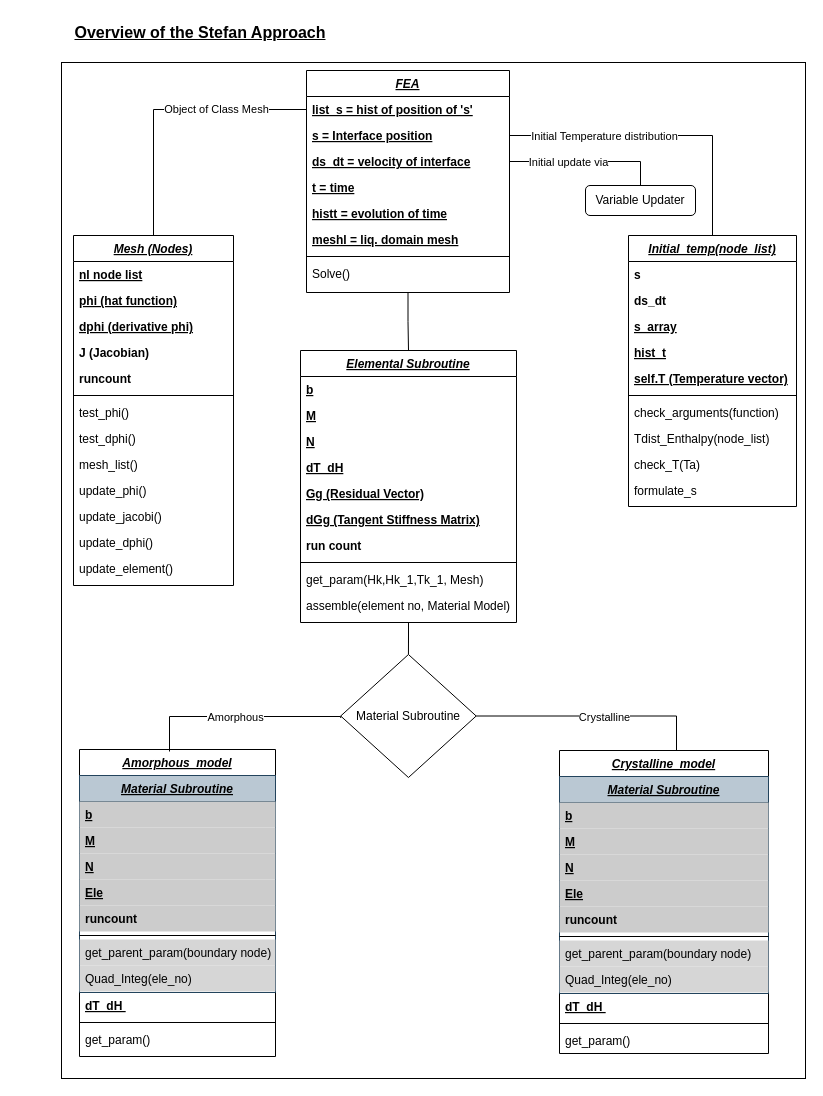
Earlier version of the draw.io diagram Stefan_Overview.drawio (okolekar/PPP). Source tidied: cells renumbered, new cells numbered last; positions are measured from the earlier drawing's top-left corner, leaving out a move shared by most shapes. Both pictures are drawn from the tidied source at 100%, with x=0, y=0 at pixel (17, 17).
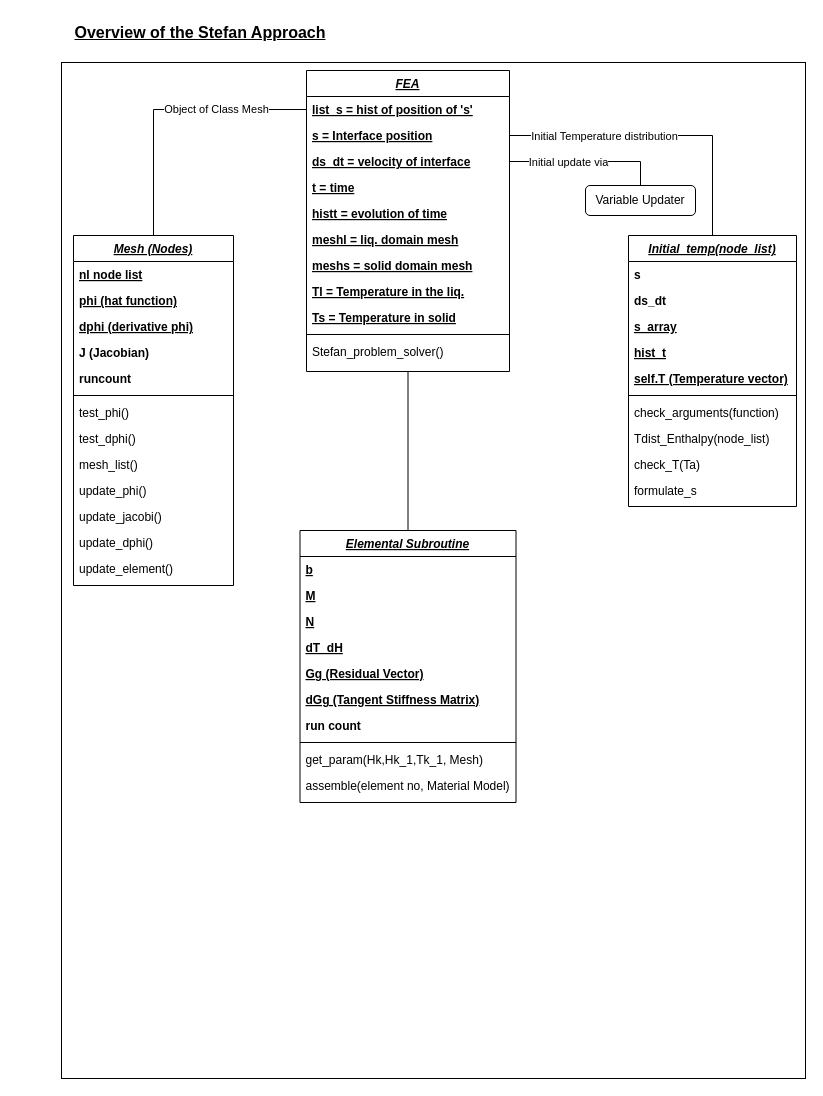
After the change.

Diff of the diagram source:
```diff
@@
-    <mxCell id="4" value="Amorphous_model" style="swimlane;fontStyle=7;align=center;verticalAlign=top;horizontal=1;startSize=26;rounded=0;shadow=0;strokeWidth=1;" parent="1" vertex="1">
-      <mxGeometry x="62" y="732" width="196" height="307" as="geometry" />
-    </mxCell>
-    <mxCell id="5" value="Material Subroutine" style="swimlane;fontStyle=7;align=center;verticalAlign=top;horizontal=1;startSize=26;rounded=0;shadow=0;strokeWidth=1;fillColor=#bac8d3;strokeColor=#23445d;" parent="4" vertex="1">
-      <mxGeometry y="26" width="196" height="217" as="geometry" />
-    </mxCell>
-    <mxCell id="6" value="b" style="text;align=left;verticalAlign=top;spacingLeft=4;spacingRight=4;overflow=hidden;fillColor=#CCCCCC;fontStyle=5;" parent="5" vertex="1">
-      <mxGeometry y="26" width="196" height="26" as="geometry" />
-    </mxCell>
-    <mxCell id="7" value="M" style="text;align=left;verticalAlign=top;spacingLeft=4;spacingRight=4;overflow=hidden;rounded=0;shadow=0;html=0;fillColor=#CCCCCC;fontStyle=5;" parent="5" vertex="1">
-      <mxGeometry y="52" width="196" height="26" as="geometry" />
-    </mxCell>
-    <mxCell id="8" value="N" style="text;align=left;verticalAlign=top;spacingLeft=4;spacingRight=4;overflow=hidden;fontStyle=5;fillColor=#CCCCCC;" parent="5" vertex="1">
-      <mxGeometry y="78" width="196" height="26" as="geometry" />
-    </mxCell>
-    <mxCell id="9" value="Ele" style="text;align=left;verticalAlign=top;spacingLeft=4;spacingRight=4;overflow=hidden;fillColor=#CCCCCC;fontStyle=5;" parent="5" vertex="1">
-      <mxGeometry y="104" width="196" height="26" as="geometry" />
-    </mxCell>
-    <mxCell id="10" value="runcount" style="text;align=left;verticalAlign=top;spacingLeft=4;spacingRight=4;overflow=hidden;fillColor=#CCCCCC;fontStyle=1;" parent="5" vertex="1">
-      <mxGeometry y="130" width="196" height="26" as="geometry" />
-    </mxCell>
-    <mxCell id="11" style="line;html=1;strokeWidth=1;align=left;verticalAlign=middle;spacingTop=-1;spacingLeft=3;spacingRight=3;labelPosition=right;" parent="5" vertex="1">
-      <mxGeometry y="156" width="196" height="8" as="geometry" />
-    </mxCell>
-    <mxCell id="12" value="get_parent_param(boundary node)" style="text;align=left;verticalAlign=top;spacingLeft=4;spacingRight=4;overflow=hidden;fillColor=#CCCCCCCC;" parent="5" vertex="1">
-      <mxGeometry y="164" width="196" height="26" as="geometry" />
-    </mxCell>
-    <mxCell id="13" value="Quad_Integ(ele_no)" style="text;align=left;verticalAlign=top;spacingLeft=4;spacingRight=4;overflow=hidden;fillColor=#CCCCCCCC;" parent="5" vertex="1">
-      <mxGeometry y="190" width="196" height="26" as="geometry" />
-    </mxCell>
-    <mxCell id="14" value="dT_dH " style="text;align=left;verticalAlign=top;spacingLeft=4;spacingRight=4;overflow=hidden;fontStyle=5;" parent="4" vertex="1">
-      <mxGeometry y="243" width="196" height="26" as="geometry" />
-    </mxCell>
-    <mxCell id="15" style="line;html=1;strokeWidth=1;align=left;verticalAlign=middle;spacingTop=-1;spacingLeft=3;spacingRight=3;labelPosition=right;" parent="4" vertex="1">
-      <mxGeometry y="269" width="196" height="8" as="geometry" />
-    </mxCell>
-    <mxCell id="16" value="get_param()" style="text;align=left;verticalAlign=top;spacingLeft=4;spacingRight=4;overflow=hidden;rounded=0;shadow=0;html=0;" parent="4" vertex="1">
-      <mxGeometry y="277" width="196" height="26" as="geometry" />
-    </mxCell>
-    <mxCell id="17" style="edgeStyle=orthogonalEdgeStyle;rounded=0;jettySize=auto;html=1;entryX=0.5;entryY=0;entryDx=0;entryDy=0;endArrow=none;endFill=0;" parent="1" edge="1" source="18" target="46">
-      <mxGeometry relative="1" as="geometry" />
-    </mxCell>
     <mxCell id="18" value="Elemental Subroutine" style="swimlane;fontStyle=7;align=center;verticalAlign=top;horizontal=1;startSize=26;rounded=0;shadow=0;strokeWidth=1;" parent="1" vertex="1">
-      <mxGeometry x="283" y="333" width="216" height="272" as="geometry" />
+      <mxGeometry x="282.5" y="513" width="216" height="272" as="geometry" />
     </mxCell>
@@
-    <mxCell id="29" value="Crystalline_model" style="swimlane;fontStyle=7;align=center;verticalAlign=top;horizontal=1;startSize=26;rounded=0;shadow=0;strokeWidth=1;" parent="1" vertex="1">
-      <mxGeometry x="542" y="733" width="209" height="303" as="geometry" />
-    </mxCell>
-    <mxCell id="30" value="Material Subroutine" style="swimlane;fontStyle=7;align=center;verticalAlign=top;horizontal=1;startSize=26;rounded=0;shadow=0;strokeWidth=1;fillColor=#bac8d3;strokeColor=#23445d;" parent="29" vertex="1">
-      <mxGeometry y="26" width="209" height="217" as="geometry" />
-    </mxCell>
-    <mxCell id="31" value="b" style="text;align=left;verticalAlign=top;spacingLeft=4;spacingRight=4;overflow=hidden;fillColor=#CCCCCC;fontStyle=5;" parent="30" vertex="1">
-      <mxGeometry y="26" width="209" height="26" as="geometry" />
-    </mxCell>
-    <mxCell id="32" value="M" style="text;align=left;verticalAlign=top;spacingLeft=4;spacingRight=4;overflow=hidden;rounded=0;shadow=0;html=0;fillColor=#CCCCCC;fontStyle=5;" parent="30" vertex="1">
-      <mxGeometry y="52" width="209" height="26" as="geometry" />
-    </mxCell>
-    <mxCell id="33" value="N" style="text;align=left;verticalAlign=top;spacingLeft=4;spacingRight=4;overflow=hidden;fontStyle=5;fillColor=#CCCCCC;" parent="30" vertex="1">
-      <mxGeometry y="78" width="209" height="26" as="geometry" />
-    </mxCell>
-    <mxCell id="34" value="Ele" style="text;align=left;verticalAlign=top;spacingLeft=4;spacingRight=4;overflow=hidden;fillColor=#CCCCCC;fontStyle=5;" parent="30" vertex="1">
-      <mxGeometry y="104" width="209" height="26" as="geometry" />
-    </mxCell>
-    <mxCell id="35" value="runcount" style="text;align=left;verticalAlign=top;spacingLeft=4;spacingRight=4;overflow=hidden;fillColor=#CCCCCC;fontStyle=1;" parent="30" vertex="1">
-      <mxGeometry y="130" width="209" height="26" as="geometry" />
-    </mxCell>
-    <mxCell id="36" style="line;html=1;strokeWidth=1;align=left;verticalAlign=middle;spacingTop=-1;spacingLeft=3;spacingRight=3;labelPosition=right;" parent="30" vertex="1">
-      <mxGeometry y="156" width="209" height="8" as="geometry" />
-    </mxCell>
-    <mxCell id="37" value="get_parent_param(boundary node)" style="text;align=left;verticalAlign=top;spacingLeft=4;spacingRight=4;overflow=hidden;fillColor=#CCCCCCCC;" parent="30" vertex="1">
-      <mxGeometry y="164" width="209" height="26" as="geometry" />
-    </mxCell>
-    <mxCell id="38" value="Quad_Integ(ele_no)" style="text;align=left;verticalAlign=top;spacingLeft=4;spacingRight=4;overflow=hidden;fillColor=#CCCCCCCC;" parent="30" vertex="1">
-      <mxGeometry y="190" width="209" height="26" as="geometry" />
-    </mxCell>
-    <mxCell id="39" value="dT_dH " style="text;align=left;verticalAlign=top;spacingLeft=4;spacingRight=4;overflow=hidden;rounded=0;shadow=0;html=0;fontStyle=5;" parent="29" vertex="1">
-      <mxGeometry y="243" width="209" height="26" as="geometry" />
-    </mxCell>
-    <mxCell id="40" style="line;html=1;strokeWidth=1;align=left;verticalAlign=middle;spacingTop=-1;spacingLeft=3;spacingRight=3;labelPosition=right;" parent="29" vertex="1">
-      <mxGeometry y="269" width="209" height="8" as="geometry" />
-    </mxCell>
-    <mxCell id="41" value="get_param()" style="text;align=left;verticalAlign=top;spacingLeft=4;spacingRight=4;overflow=hidden;rounded=0;shadow=0;html=0;" parent="29" vertex="1">
-      <mxGeometry y="277" width="209" height="26" as="geometry" />
-    </mxCell>
-    <mxCell id="42" style="edgeStyle=orthogonalEdgeStyle;rounded=0;jettySize=auto;html=1;exitX=1;exitY=0.5;exitDx=0;exitDy=0;endArrow=none;endFill=0;" parent="1" edge="1" source="46" target="29">
-      <mxGeometry relative="1" as="geometry">
-        <Array as="points">
-          <mxPoint x="659" y="699" />
-        </Array>
-      </mxGeometry>
-    </mxCell>
-    <mxCell id="43" value="Crystalline" style="edgeLabel;html=1;align=center;verticalAlign=middle;" parent="42" vertex="1">
-      <mxGeometry x="-0.32" y="-1" relative="1" as="geometry">
-        <mxPoint x="48" as="offset" />
-      </mxGeometry>
-    </mxCell>
-    <mxCell id="44" style="edgeStyle=orthogonalEdgeStyle;rounded=0;orthogonalLoop=1;jettySize=auto;html=1;exitX=0;exitY=0.5;exitDx=0;exitDy=0;endArrow=none;endFill=0;" parent="1" edge="1">
-      <mxGeometry relative="1" as="geometry">
-        <mxPoint x="323.2" y="700.5" as="sourcePoint" />
-        <mxPoint x="152" y="734" as="targetPoint" />
-        <Array as="points">
-          <mxPoint x="323" y="699" />
-          <mxPoint x="152" y="699" />
-        </Array>
-      </mxGeometry>
-    </mxCell>
-    <mxCell id="45" value="Amorphous" style="edgeLabel;html=1;align=center;verticalAlign=middle;" parent="44" vertex="1">
-      <mxGeometry x="-0.41" y="1" relative="1" as="geometry">
-        <mxPoint x="-46" y="-1" as="offset" />
-      </mxGeometry>
-    </mxCell>
-    <mxCell id="46" value="Material Subroutine" style="rhombus;whiteSpace=wrap;html=1;" parent="1" vertex="1">
-      <mxGeometry x="323.2" y="637" width="135.5" height="123" as="geometry" />
-    </mxCell>
@@
     <mxCell id="49" value="FEA" style="swimlane;fontStyle=7;align=center;verticalAlign=top;horizontal=1;startSize=26;rounded=0;shadow=0;strokeWidth=1;" parent="1" vertex="1">
-      <mxGeometry x="289" y="53" width="203" height="222" as="geometry" />
+      <mxGeometry x="289" y="53" width="203" height="301" as="geometry" />
     </mxCell>
@@
+    <mxCell id="89" value="meshs = solid domain mesh" style="text;align=left;verticalAlign=top;spacingLeft=4;spacingRight=4;overflow=hidden;rounded=0;shadow=0;html=0;fontStyle=5;" parent="49" vertex="1">
+      <mxGeometry y="182" width="203" height="26" as="geometry" />
+    </mxCell>
+    <mxCell id="90" value="Tl = Temperature in the liq." style="text;align=left;verticalAlign=top;spacingLeft=4;spacingRight=4;overflow=hidden;rounded=0;shadow=0;html=0;fontStyle=5;" parent="49" vertex="1">
+      <mxGeometry y="208" width="203" height="26" as="geometry" />
+    </mxCell>
+    <mxCell id="91" value="Ts = Temperature in solid" style="text;align=left;verticalAlign=top;spacingLeft=4;spacingRight=4;overflow=hidden;rounded=0;shadow=0;html=0;fontStyle=5;" parent="49" vertex="1">
+      <mxGeometry y="234" width="203" height="26" as="geometry" />
+    </mxCell>
     <mxCell id="56" style="line;html=1;strokeWidth=1;align=left;verticalAlign=middle;spacingTop=-1;spacingLeft=3;spacingRight=3;labelPosition=right;" parent="49" vertex="1">
-      <mxGeometry y="182" width="203" height="8" as="geometry" />
+      <mxGeometry y="260" width="203" height="8" as="geometry" />
     </mxCell>
-    <mxCell id="57" value="Solve()" style="text;align=left;verticalAlign=top;spacingLeft=4;spacingRight=4;overflow=hidden;" parent="49" vertex="1">
-      <mxGeometry y="190" width="203" height="26" as="geometry" />
+    <mxCell id="57" value="Stefan_problem_solver()" style="text;align=left;verticalAlign=top;spacingLeft=4;spacingRight=4;overflow=hidden;" parent="49" vertex="1">
+      <mxGeometry y="268" width="203" height="26" as="geometry" />
     </mxCell>
```
